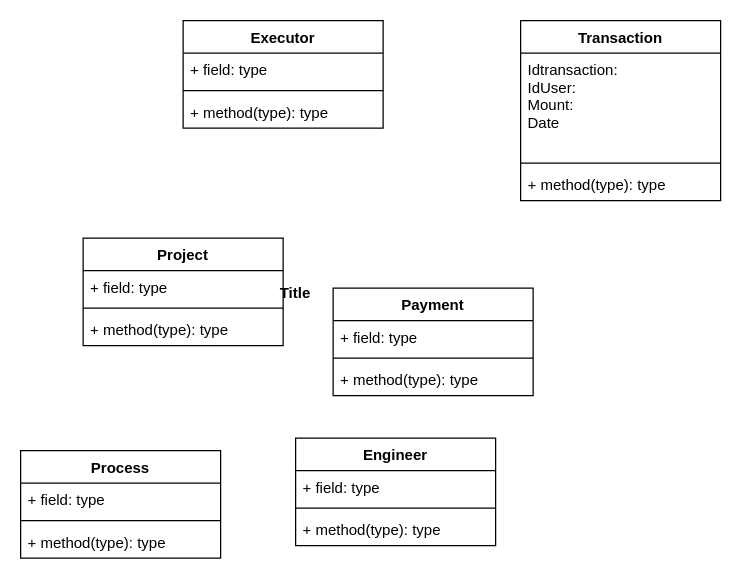
The draw.io diagram Untitled Diagram.drawio in amirkarami-dev/UML-VahedGas, before the edit. Source tidied: cells renumbered, new cells numbered last; positions are measured from the earlier drawing's top-left corner, leaving out a move shared by most shapes. Both pictures are drawn from the tidied source at 125%, with x=0, y=0 at pixel (20, 20).
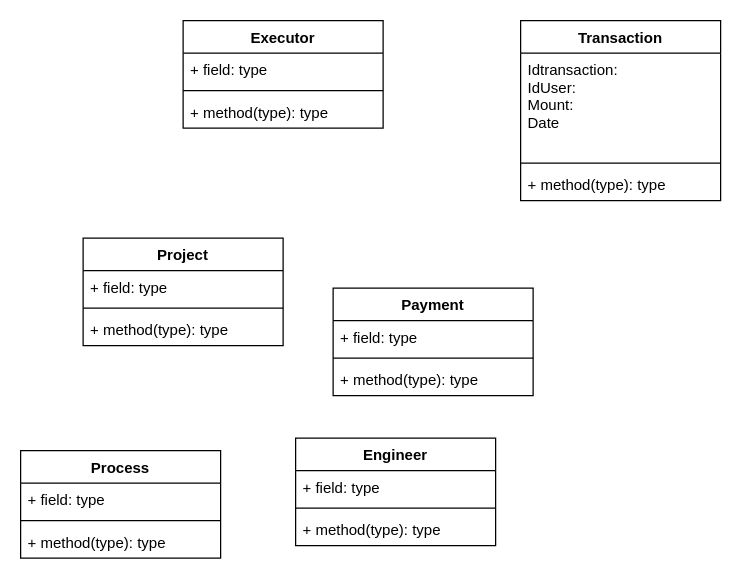
The same diagram, later.

Change to the diagram source:
```diff
@@
-    <mxCell id="26" value="Title" style="text;align=center;fontStyle=1;verticalAlign=middle;spacingLeft=3;spacingRight=3;strokeColor=none;" parent="1" vertex="1">
-      <mxGeometry x="180" y="204" width="80" height="26" as="geometry" />
-    </mxCell>
```
